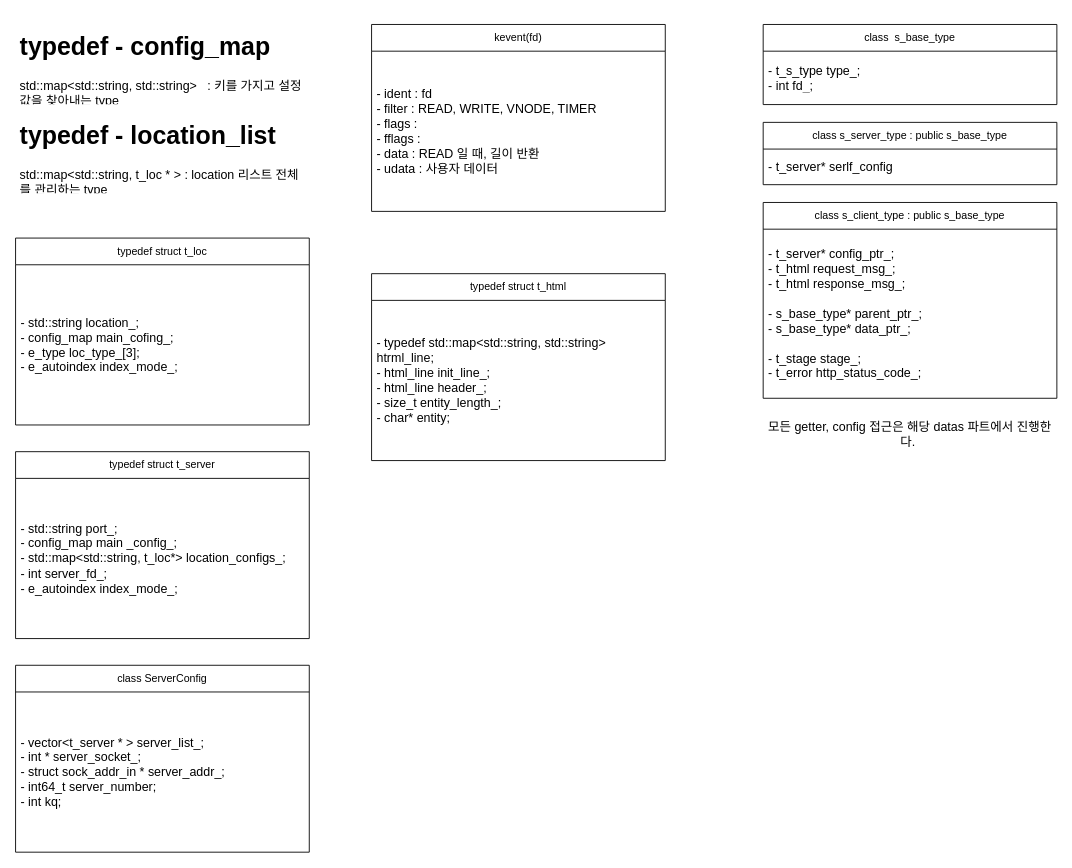
Earlier version of the draw.io diagram webserv2.0.drawio (webservVer2-0/webServ). Source tidied: cells renumbered, new cells numbered last; positions are measured from the earlier drawing's top-left corner, leaving out a move shared by most shapes. Both pictures are drawn from the tidied source at 89%, with x=0, y=0 at pixel (15, 24).
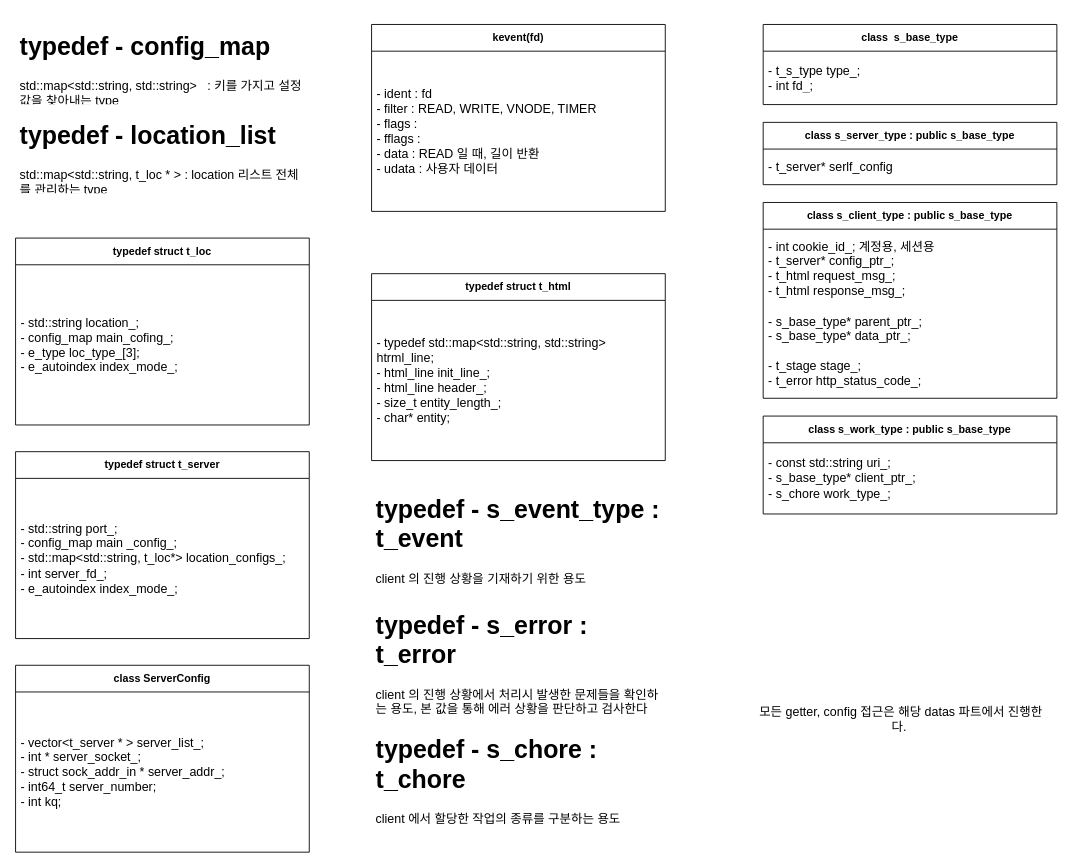
The same diagram, later.

Diff of the diagram source:
```diff
@@
-    <mxCell id="2" value="kevent(fd)" style="swimlane;fontStyle=0;horizontal=1;startSize=30;whiteSpace=wrap;html=1;" parent="1" vertex="1">
+    <mxCell id="2" value="&lt;b&gt;kevent(fd)&lt;/b&gt;" style="swimlane;fontStyle=0;horizontal=1;startSize=30;whiteSpace=wrap;html=1;" parent="1" vertex="1">
       <mxGeometry x="400" width="330" height="210" as="geometry" />
     </mxCell>
@@
-    <mxCell id="4" value="class ServerConfig" style="swimlane;fontStyle=0;horizontal=1;startSize=30;whiteSpace=wrap;html=1;" parent="1" vertex="1">
+    <mxCell id="4" value="&lt;b&gt;class ServerConfig&lt;/b&gt;" style="swimlane;fontStyle=0;horizontal=1;startSize=30;whiteSpace=wrap;html=1;" parent="1" vertex="1">
       <mxGeometry y="720" width="330" height="210" as="geometry" />
     </mxCell>
@@
-    <mxCell id="6" value="typedef struct t_server" style="swimlane;fontStyle=0;horizontal=1;startSize=30;whiteSpace=wrap;html=1;" parent="1" vertex="1">
+    <mxCell id="6" value="&lt;b&gt;typedef struct t_server&lt;/b&gt;" style="swimlane;fontStyle=0;horizontal=1;startSize=30;whiteSpace=wrap;html=1;" parent="1" vertex="1">
       <mxGeometry y="480" width="330" height="210" as="geometry" />
     </mxCell>
@@
-    <mxCell id="8" value="typedef struct t_loc" style="swimlane;fontStyle=0;horizontal=1;startSize=30;whiteSpace=wrap;html=1;" parent="1" vertex="1">
+    <mxCell id="8" value="&lt;b&gt;typedef struct t_loc&lt;/b&gt;" style="swimlane;fontStyle=0;horizontal=1;startSize=30;whiteSpace=wrap;html=1;" parent="1" vertex="1">
       <mxGeometry y="240" width="330" height="210" as="geometry" />
     </mxCell>
@@
-    <mxCell id="12" value="typedef struct t_html" style="swimlane;fontStyle=0;horizontal=1;startSize=30;whiteSpace=wrap;html=1;" parent="1" vertex="1">
+    <mxCell id="12" value="&lt;b&gt;typedef struct t_html&lt;/b&gt;" style="swimlane;fontStyle=0;horizontal=1;startSize=30;whiteSpace=wrap;html=1;" parent="1" vertex="1">
       <mxGeometry x="400" y="280" width="330" height="210" as="geometry" />
     </mxCell>
@@
-    <mxCell id="14" value="class&amp;nbsp; s_base_type" style="swimlane;fontStyle=0;horizontal=1;startSize=30;whiteSpace=wrap;html=1;" parent="1" vertex="1">
+    <mxCell id="14" value="&lt;b&gt;class&amp;nbsp; s_base_type&lt;/b&gt;" style="swimlane;fontStyle=0;horizontal=1;startSize=30;whiteSpace=wrap;html=1;" parent="1" vertex="1">
       <mxGeometry x="840" width="330" height="90" as="geometry" />
     </mxCell>
@@
-    <mxCell id="16" value="class s_server_type : public s_base_type" style="swimlane;fontStyle=0;horizontal=1;startSize=30;whiteSpace=wrap;html=1;" parent="1" vertex="1">
+    <mxCell id="16" value="&lt;b&gt;class s_server_type : public s_base_type&lt;/b&gt;" style="swimlane;fontStyle=0;horizontal=1;startSize=30;whiteSpace=wrap;html=1;" parent="1" vertex="1">
       <mxGeometry x="840" y="110" width="330" height="70" as="geometry" />
     </mxCell>
@@
-    <mxCell id="18" value="class s_client_type : public s_base_type" style="swimlane;fontStyle=0;horizontal=1;startSize=30;whiteSpace=wrap;html=1;" parent="1" vertex="1">
+    <mxCell id="18" value="&lt;b&gt;class s_client_type : public s_base_type&lt;/b&gt;" style="swimlane;fontStyle=0;horizontal=1;startSize=30;whiteSpace=wrap;html=1;" parent="1" vertex="1">
       <mxGeometry x="840" y="200" width="330" height="220" as="geometry" />
     </mxCell>
-    <mxCell id="19" value="&lt;font style=&quot;font-size: 14px;&quot;&gt;- t_server* config_ptr_;&lt;br&gt;- t_html request_msg_;&lt;br&gt;- t_html response_msg_;&lt;br&gt;&lt;br&gt;- s_base_type* parent_ptr_;&lt;br&gt;- s_base_type* data_ptr_;&lt;br&gt;&lt;br&gt;- t_stage stage_;&lt;br&gt;- t_error http_status_code_;&lt;br&gt;&lt;/font&gt;" style="text;strokeColor=none;fillColor=none;align=left;verticalAlign=middle;spacingLeft=4;spacingRight=4;overflow=hidden;whiteSpace=wrap;html=1;" parent="18" vertex="1">
+    <mxCell id="19" value="&lt;font style=&quot;font-size: 14px;&quot;&gt;- int cookie_id_; 계정용, 세션용&amp;nbsp;&lt;br&gt;- t_server* config_ptr_;&lt;br&gt;- t_html request_msg_;&lt;br&gt;- t_html response_msg_;&lt;br&gt;&lt;br&gt;- s_base_type* parent_ptr_;&lt;br&gt;- s_base_type* data_ptr_;&lt;br&gt;&lt;br&gt;- t_stage stage_;&lt;br&gt;- t_error http_status_code_;&lt;br&gt;&lt;/font&gt;" style="text;strokeColor=none;fillColor=none;align=left;verticalAlign=middle;spacingLeft=4;spacingRight=4;overflow=hidden;whiteSpace=wrap;html=1;" parent="18" vertex="1">
       <mxGeometry y="30" width="330" height="190" as="geometry" />
     </mxCell>
     <mxCell id="20" value="모든 getter, config 접근은 해당 datas 파트에서 진행한다.&amp;nbsp;" style="text;html=1;strokeColor=none;fillColor=none;align=center;verticalAlign=middle;whiteSpace=wrap;rounded=0;fontSize=14;" parent="1" vertex="1">
-      <mxGeometry x="840" y="430" width="330" height="60" as="geometry" />
+      <mxGeometry x="830" y="750" width="330" height="60" as="geometry" />
     </mxCell>
+    <mxCell id="21" value="&lt;b&gt;class s_work_type : public s_base_type&lt;/b&gt;" style="swimlane;fontStyle=0;horizontal=1;startSize=30;whiteSpace=wrap;html=1;" parent="1" vertex="1">
+      <mxGeometry x="840" y="440" width="330" height="110" as="geometry" />
+    </mxCell>
+    <mxCell id="22" value="&lt;font style=&quot;font-size: 14px;&quot;&gt;- const std::string uri_;&lt;br&gt;- s_base_type* client_ptr_;&lt;br&gt;- s_chore work_type_;&lt;br&gt;&lt;/font&gt;" style="text;strokeColor=none;fillColor=none;align=left;verticalAlign=middle;spacingLeft=4;spacingRight=4;overflow=hidden;whiteSpace=wrap;html=1;" parent="21" vertex="1">
+      <mxGeometry y="30" width="330" height="80" as="geometry" />
+    </mxCell>
+    <mxCell id="23" value="&lt;h1&gt;typedef - s_event_type : t_event&lt;/h1&gt;&lt;div&gt;client 의 진행 상황을 기재하기 위한 용도&lt;/div&gt;" style="text;html=1;strokeColor=none;fillColor=none;spacing=5;spacingTop=-20;whiteSpace=wrap;overflow=hidden;rounded=0;fontSize=14;" parent="1" vertex="1">
+      <mxGeometry x="400" y="520" width="330" height="120" as="geometry" />
+    </mxCell>
+    <mxCell id="24" value="&lt;h1&gt;typedef - s_error : t_error&lt;/h1&gt;&lt;div&gt;client 의 진행 상황에서 처리시 발생한 문제들을 확인하는 용도, 본 값을 통해 에러 상황을 판단하고 검사한다&lt;/div&gt;" style="text;html=1;strokeColor=none;fillColor=none;spacing=5;spacingTop=-20;whiteSpace=wrap;overflow=hidden;rounded=0;fontSize=14;" parent="1" vertex="1">
+      <mxGeometry x="400" y="650" width="330" height="140" as="geometry" />
+    </mxCell>
+    <mxCell id="25" value="&lt;h1&gt;typedef - s_chore : t_chore&lt;/h1&gt;&lt;div&gt;client 에서 할당한 작업의 종류를 구분하는 용도&lt;/div&gt;" style="text;html=1;strokeColor=none;fillColor=none;spacing=5;spacingTop=-20;whiteSpace=wrap;overflow=hidden;rounded=0;fontSize=14;" parent="1" vertex="1">
+      <mxGeometry x="400" y="790" width="330" height="130" as="geometry" />
+    </mxCell>
```
